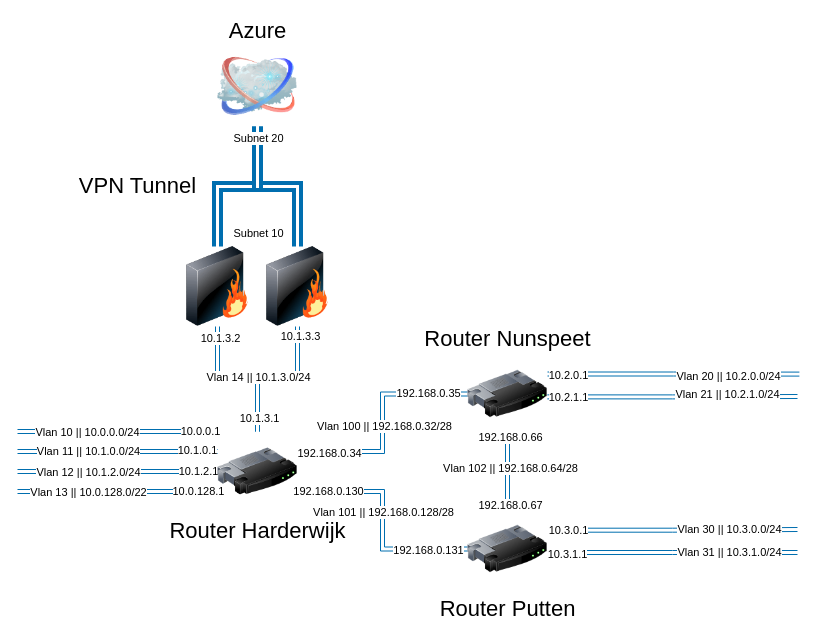
This is Documentatie/Netwerkdiagrammen/Layer 3.drawio from TomDarkVirus/project-hdw, a draw.io file, before an edit. Source tidied: cells renumbered, new cells numbered last; positions are measured from the earlier drawing's top-left corner, leaving out a move shared by most shapes. Both pictures are drawn from the tidied source at 100%, with x=0, y=0 at pixel (17, 46).
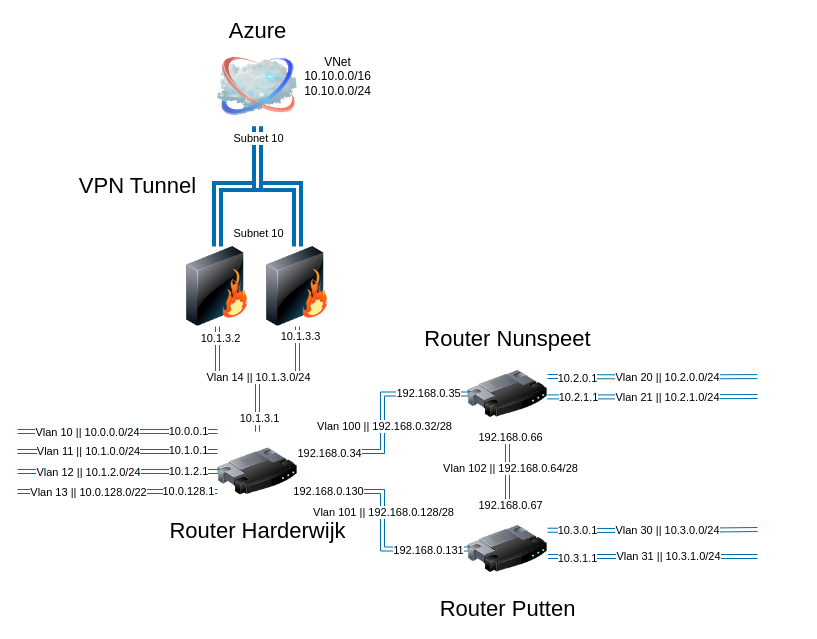
Above is the later version.

The change refers to these unchanged cells:
```xml
<mxCell id="13" style="edgeStyle=orthogonalEdgeStyle;rounded=0;jettySize=auto;html=1;exitX=0;exitY=0;exitDx=0;exitDy=0;shape=link;fillColor=#1ba1e2;strokeColor=#006EAF;" parent="1" edge="1" source="27">
  <mxGeometry relative="1" as="geometry">
    <mxPoint y="385" as="targetPoint" />
    <Array as="points">
      <mxPoint x="180" y="385" />
      <mxPoint x="180" y="385" />
    </Array>
  </mxGeometry>
</mxCell>
<mxCell id="16" style="edgeStyle=orthogonalEdgeStyle;rounded=0;jettySize=auto;html=1;exitX=0;exitY=0.25;exitDx=0;exitDy=0;shape=link;fillColor=#1ba1e2;strokeColor=#006EAF;" parent="1" edge="1" source="27">
  <mxGeometry relative="1" as="geometry">
    <mxPoint y="405" as="targetPoint" />
  </mxGeometry>
</mxCell>
<mxCell id="19" style="edgeStyle=orthogonalEdgeStyle;rounded=0;jettySize=auto;html=1;exitX=0;exitY=0.5;exitDx=0;exitDy=0;shape=link;fillColor=#1ba1e2;strokeColor=#006EAF;" parent="1" edge="1" source="27">
  <mxGeometry relative="1" as="geometry">
    <mxPoint y="425" as="targetPoint" />
  </mxGeometry>
</mxCell>
<mxCell id="22" style="edgeStyle=orthogonalEdgeStyle;rounded=0;jettySize=auto;html=1;exitX=0;exitY=0.75;exitDx=0;exitDy=0;shape=link;fillColor=#1ba1e2;strokeColor=#006EAF;" parent="1" edge="1" source="27">
  <mxGeometry relative="1" as="geometry">
    <mxPoint y="445" as="targetPoint" />
  </mxGeometry>
</mxCell>
<mxCell id="38" value="Router Putten" style="image;html=1;image=img/lib/clip_art/networking/Router_128x128.png;fontSize=22;labelPosition=center;verticalLabelPosition=bottom;align=center;verticalAlign=top;" parent="1" vertex="1">
  <mxGeometry x="450" y="462.5" width="80" height="80" as="geometry" />
</mxCell>
<mxCell id="45" value="Router Nunspeet" style="image;html=1;image=img/lib/clip_art/networking/Router_128x128.png;fontSize=22;labelPosition=center;verticalLabelPosition=top;align=center;verticalAlign=bottom;" parent="1" vertex="1">
  <mxGeometry x="450" y="307.5" width="80" height="80" as="geometry" />
</mxCell>
<mxCell id="52" style="edgeStyle=orthogonalEdgeStyle;rounded=0;jettySize=auto;html=1;entryX=0.5;entryY=1;entryDx=0;entryDy=0;shape=link;fillColor=#1ba1e2;strokeColor=#006EAF;strokeWidth=4;" parent="1" edge="1" source="54" target="2">
  <mxGeometry relative="1" as="geometry" />
</mxCell>
```

The edit, as a diff of the source:
```diff
@@
     <mxCell id="15" value="10.0.0.1" style="edgeLabel;html=1;align=center;verticalAlign=middle;" parent="13" vertex="1">
-      <mxGeometry x="-0.82" y="-1" relative="1" as="geometry" />
+      <mxGeometry x="-0.82" y="-1" relative="1" as="geometry">
+        <mxPoint x="-12" as="offset" />
+      </mxGeometry>
     </mxCell>
@@
     <mxCell id="18" value="10.1.0.1" style="edgeLabel;html=1;align=center;verticalAlign=middle;" parent="16" vertex="1">
-      <mxGeometry x="-0.79" y="-2" relative="1" as="geometry" />
+      <mxGeometry x="-0.79" y="-2" relative="1" as="geometry">
+        <mxPoint x="-9" as="offset" />
+      </mxGeometry>
     </mxCell>
@@
     <mxCell id="21" value="10.1.2.1" style="edgeLabel;html=1;align=center;verticalAlign=middle;" parent="19" vertex="1">
       <mxGeometry x="-0.74" y="-1" relative="1" as="geometry">
-        <mxPoint x="6" as="offset" />
+        <mxPoint x="-4" as="offset" />
       </mxGeometry>
     </mxCell>
@@
     <mxCell id="24" value="10.0.128.1" style="edgeLabel;html=1;align=center;verticalAlign=middle;" parent="22" vertex="1">
-      <mxGeometry x="-0.8" y="-1" relative="1" as="geometry" />
+      <mxGeometry x="-0.8" y="-1" relative="1" as="geometry">
+        <mxPoint x="-10" as="offset" />
+      </mxGeometry>
     </mxCell>
@@
-    <mxCell id="32" style="edgeStyle=orthogonalEdgeStyle;rounded=0;jettySize=auto;html=1;fillColor=#1ba1e2;strokeColor=#006EAF;shape=link;exitX=1.008;exitY=0.544;exitDx=0;exitDy=0;exitPerimeter=0;" parent="1" edge="1" source="38">
+    <mxCell id="32" style="edgeStyle=orthogonalEdgeStyle;rounded=0;orthogonalLoop=1;jettySize=auto;html=1;fillColor=#1ba1e2;strokeColor=#006EAF;shape=link;exitX=1.008;exitY=0.544;exitDx=0;exitDy=0;exitPerimeter=0;" parent="1" edge="1">
       <mxGeometry relative="1" as="geometry">
-        <mxPoint x="780" y="506" as="targetPoint" />
+        <mxPoint x="530.6" y="510" as="sourcePoint" />
+        <mxPoint x="740" y="510" as="targetPoint" />
       </mxGeometry>
     </mxCell>
     <mxCell id="33" value="Vlan 31 || 10.3.1.0/24" style="edgeLabel;html=1;align=center;verticalAlign=middle;" parent="32" vertex="1">
       <mxGeometry x="0.04" y="-1" relative="1" as="geometry">
-        <mxPoint x="51" y="-2" as="offset" />
+        <mxPoint x="11" y="-2" as="offset" />
       </mxGeometry>
     </mxCell>
     <mxCell id="34" value="10.3.1.1" style="edgeLabel;html=1;align=center;verticalAlign=middle;" parent="32" vertex="1">
       <mxGeometry x="-0.86" y="-1" relative="1" as="geometry">
-        <mxPoint x="2" as="offset" />
+        <mxPoint x="14" as="offset" />
       </mxGeometry>
     </mxCell>
-    <mxCell id="35" style="edgeStyle=orthogonalEdgeStyle;rounded=0;jettySize=auto;html=1;exitX=1.033;exitY=0.265;exitDx=0;exitDy=0;shape=link;fillColor=#1ba1e2;strokeColor=#006EAF;exitPerimeter=0;" parent="1" edge="1" source="38">
+    <mxCell id="35" style="edgeStyle=orthogonalEdgeStyle;rounded=0;orthogonalLoop=1;jettySize=auto;html=1;exitX=1.033;exitY=0.265;exitDx=0;exitDy=0;shape=link;fillColor=#1ba1e2;strokeColor=#006EAF;exitPerimeter=0;" parent="1" edge="1">
       <mxGeometry relative="1" as="geometry">
-        <mxPoint x="780" y="483" as="targetPoint" />
+        <mxPoint x="530" y="483.7" as="sourcePoint" />
+        <mxPoint x="740" y="483" as="targetPoint" />
       </mxGeometry>
     </mxCell>
     <mxCell id="36" value="Vlan 30 || 10.3.0.0/24" style="edgeLabel;html=1;align=center;verticalAlign=middle;" parent="35" vertex="1">
       <mxGeometry x="-0.03" y="1" relative="1" as="geometry">
-        <mxPoint x="59" as="offset" />
+        <mxPoint x="17" as="offset" />
       </mxGeometry>
     </mxCell>
     <mxCell id="37" value="10.3.0.1" style="edgeLabel;html=1;align=center;verticalAlign=middle;" parent="35" vertex="1">
       <mxGeometry x="-0.95" relative="1" as="geometry">
-        <mxPoint x="12" as="offset" />
+        <mxPoint x="25" as="offset" />
       </mxGeometry>
     </mxCell>
@@
     <mxCell id="39" style="edgeStyle=orthogonalEdgeStyle;rounded=0;jettySize=auto;html=1;fillColor=#1ba1e2;strokeColor=#006EAF;shape=link;exitX=0.998;exitY=0.536;exitDx=0;exitDy=0;exitPerimeter=0;" parent="1" edge="1" source="45">
       <mxGeometry relative="1" as="geometry">
-        <mxPoint x="780" y="350" as="targetPoint" />
+        <mxPoint x="740" y="350" as="targetPoint" />
       </mxGeometry>
     </mxCell>
     <mxCell id="40" value="Vlan 21 || 10.2.1.0/24" style="edgeLabel;html=1;align=center;verticalAlign=middle;" parent="39" vertex="1">
       <mxGeometry x="0.04" relative="1" as="geometry">
-        <mxPoint x="50" y="-3" as="offset" />
+        <mxPoint x="11" as="offset" />
       </mxGeometry>
     </mxCell>
     <mxCell id="41" value="10.2.1.1" style="edgeLabel;html=1;align=center;verticalAlign=middle;" parent="39" vertex="1">
       <mxGeometry x="-0.82" relative="1" as="geometry">
-        <mxPoint x="-2" as="offset" />
+        <mxPoint x="12" as="offset" />
       </mxGeometry>
     </mxCell>
-    <mxCell id="42" style="edgeStyle=orthogonalEdgeStyle;rounded=0;jettySize=auto;html=1;exitX=1;exitY=0.25;exitDx=0;exitDy=0;shape=link;fillColor=#1ba1e2;strokeColor=#006EAF;" parent="1" edge="1" source="45">
+    <mxCell id="42" style="edgeStyle=orthogonalEdgeStyle;rounded=0;orthogonalLoop=1;jettySize=auto;html=1;exitX=1;exitY=0.25;exitDx=0;exitDy=0;shape=link;fillColor=#1ba1e2;strokeColor=#006EAF;" parent="1" edge="1">
       <mxGeometry relative="1" as="geometry">
-        <mxPoint x="781.9" y="327.6" as="targetPoint" />
+        <mxPoint x="530" y="330" as="sourcePoint" />
+        <mxPoint x="740" y="330.1" as="targetPoint" />
       </mxGeometry>
     </mxCell>
     <mxCell id="43" value="Vlan 20 || 10.2.0.0/24" style="edgeLabel;html=1;align=center;verticalAlign=middle;" parent="42" vertex="1">
       <mxGeometry x="0.24" y="2" relative="1" as="geometry">
-        <mxPoint x="24" y="4" as="offset" />
+        <mxPoint x="-10" y="2" as="offset" />
       </mxGeometry>
     </mxCell>
     <mxCell id="44" value="10.2.0.1" style="edgeLabel;html=1;align=center;verticalAlign=middle;" parent="42" vertex="1">
-      <mxGeometry x="-0.84" y="-1" relative="1" as="geometry" />
+      <mxGeometry x="-0.84" y="-1" relative="1" as="geometry">
+        <mxPoint x="13" as="offset" />
+      </mxGeometry>
     </mxCell>
@@
-    <mxCell id="53" value="Subnet 20" style="edgeLabel;html=1;align=center;verticalAlign=middle;" parent="52" vertex="1">
+    <mxCell id="53" value="Subnet 10" style="edgeLabel;html=1;align=center;verticalAlign=middle;" parent="52" vertex="1">
       <mxGeometry x="0.86" y="6" relative="1" as="geometry">
         <mxPoint x="6" as="offset" />
       </mxGeometry>
     </mxCell>
@@
+    <mxCell id="55" value="&lt;div&gt;VNet&lt;/div&gt;&lt;div&gt;10.10.0.0/16&lt;/div&gt;&lt;div&gt;10.10.0.0/24&lt;br&gt;&lt;/div&gt;" style="text;html=1;align=center;verticalAlign=middle;strokeColor=none;fillColor=none;" parent="1" vertex="1">
+      <mxGeometry x="275" width="90" height="60" as="geometry" />
+    </mxCell>
```
